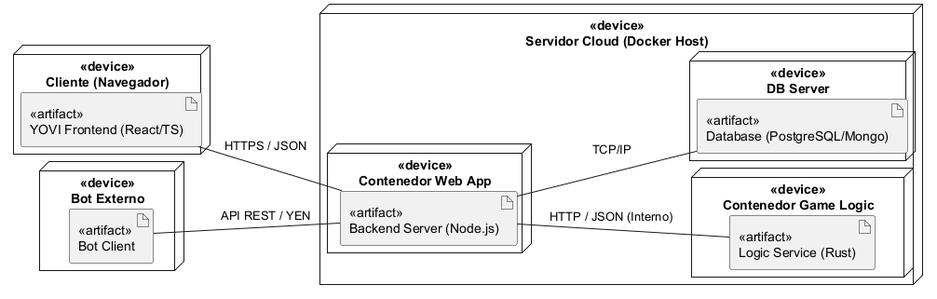
Arquisoft/yovi_es1b keeps this PlantUML diagram as images/deployment-diagram.png. Above is the earlier version.
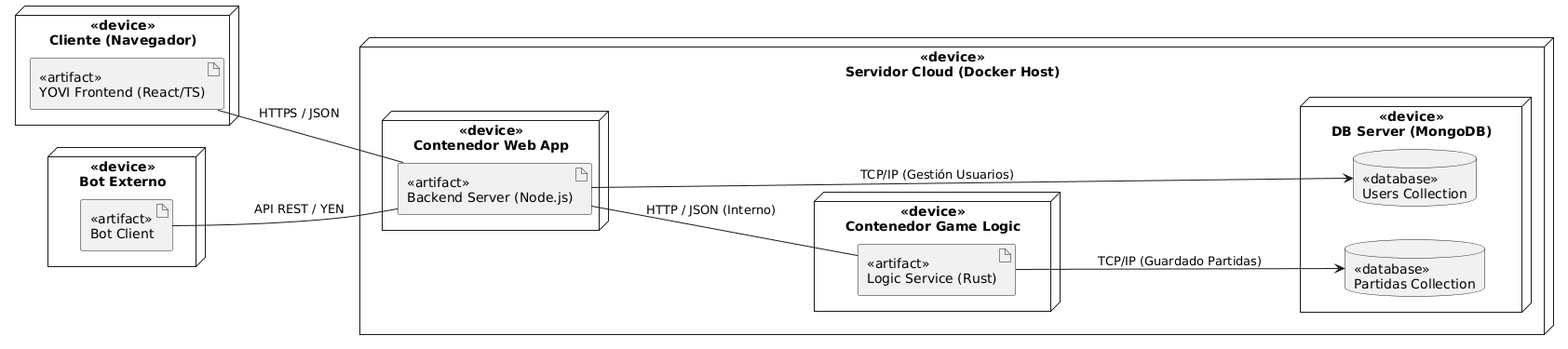
After the change.

Change to the diagram source:
```diff
@@ -20,13 +20,15 @@
         artifact "<<artifact>>\nLogic Service (Rust)" as rust_app
     }
 
-    node "<<device>>\nDB Server" as db_node {
-        artifact "<<artifact>>\nDatabase (PostgreSQL/Mongo)" as db
+    node "<<device>>\nDB Server (MongoDB)" as db_node {
+        database "<<database>>\nUsers Collection" as db_users
+        database "<<database>>\nPartidas Collection" as db_games
     }
 }
 
 frontend -- node_app : HTTPS / JSON
 bot_app -- node_app : API REST / YEN
 node_app -- rust_app : HTTP / JSON (Interno)
-node_app -- db : TCP/IP
+node_app --> db_users : TCP/IP (Gestión Usuarios)
+rust_app --> db_games : TCP/IP (Guardado Partidas)
 @enduml
```
